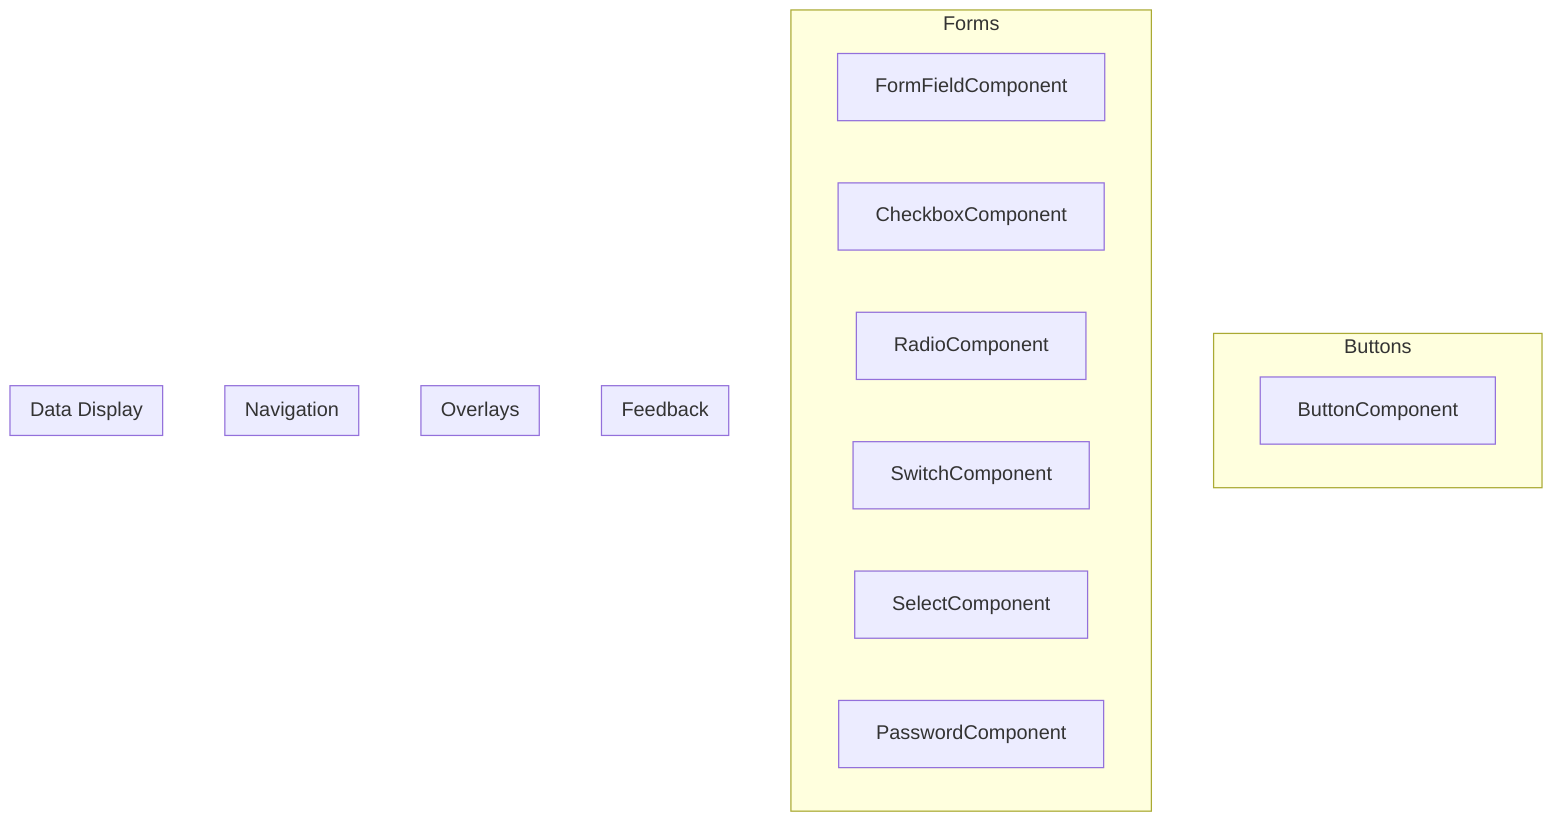
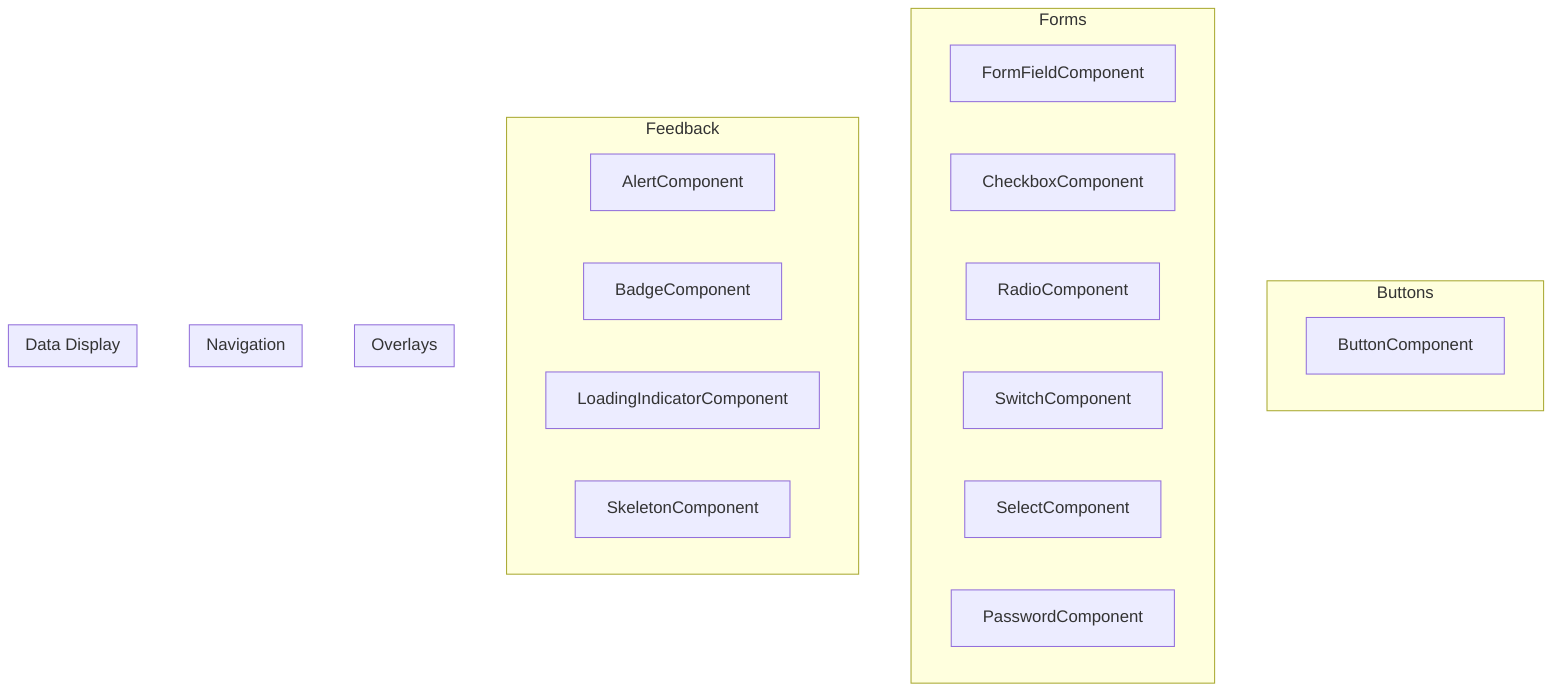
flowchart TB
  subgraph buttons["Buttons"]
    button_component["ButtonComponent"]
  end

  subgraph forms["Forms"]
    form_field_component["FormFieldComponent"]
    checkbox_component["CheckboxComponent"]
    radio_component["RadioComponent"]
    switch_component["SwitchComponent"]
    select_component["SelectComponent"]
    password_component["PasswordComponent"]
  end

  subgraph feedback["Feedback"]
-     %% Components go here.
+     alert_component["AlertComponent"]
+     badge_component["BadgeComponent"]
+     loading_indicator_component["LoadingIndicatorComponent"]
+     skeleton_component["SkeletonComponent"]
  end

  subgraph overlays["Overlays"]
    %% Components go here.
  end

  subgraph navigation["Navigation"]
    %% Components go here.
  end

  subgraph data_display["Data Display"]
    %% Components go here.
  end
